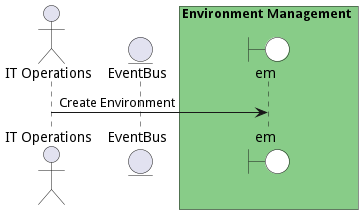
This is docs/edgemere/aml/ds/em/usecases/manageenvironment/CreateEnvironment.png from madajaju/edgemere, a PlantUML export, as it was before one commit.
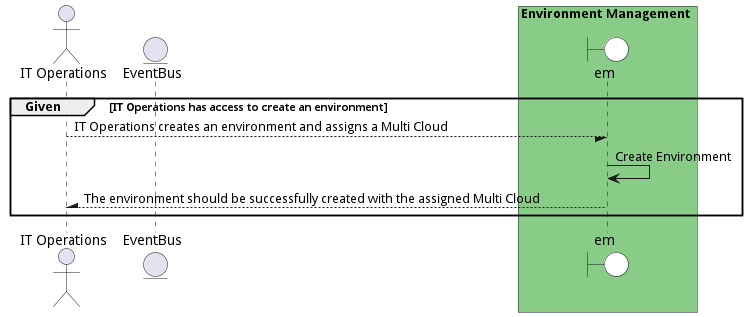
Later version of the same file.

Diff of the diagram source:
```diff
@@ -1,4 +1,5 @@
 @startuml
+
 
 actor "IT Operations"
 
@@ -10,9 +11,16 @@
 end box
 
 
+group Given [IT Operations has access to create an environment]
 
-"IT Operations" -> em: Create Environment
+"IT Operations" --/ em: IT Operations creates an environment and assigns a Multi Cloud
+"em" -> em: Create Environment
 
 
 
+"IT Operations" /-- em: The environment should be successfully created with the assigned Multi Cloud
+
+
+end
+
 @enduml
```
